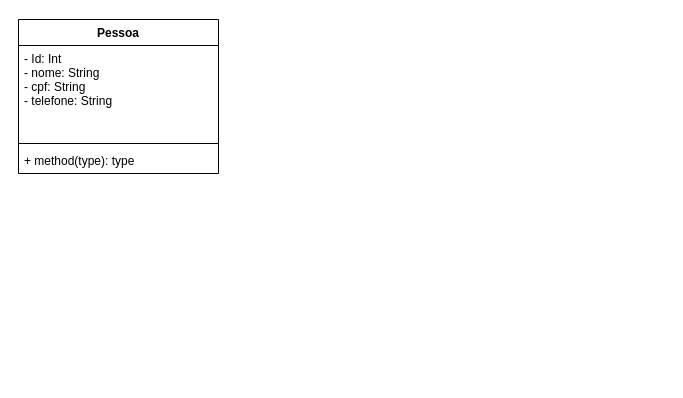
This is programacao-visual/Diagrama sem nome.drawio from Leeflorencio/back-end_uni9, a draw.io file, before an edit. Source tidied: cells renumbered, new cells numbered last; positions are measured from the earlier drawing's top-left corner, leaving out a move shared by most shapes. Both pictures are drawn from the tidied source at 100%, with x=0, y=0 at pixel (18, 19).
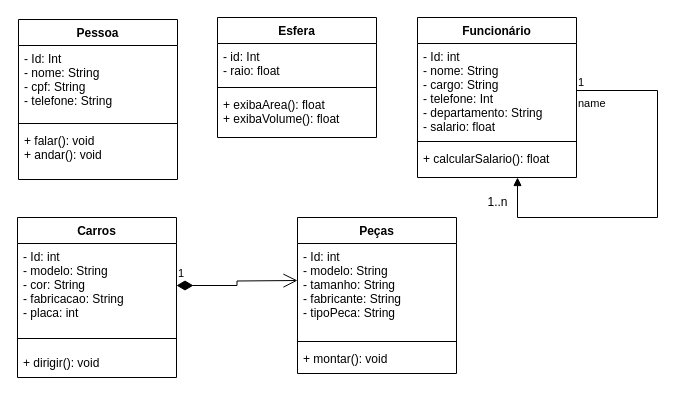
The same diagram, later.

What changed in the source:
```diff
@@
     <mxCell id="2" value="Pessoa" style="swimlane;fontStyle=1;align=center;verticalAlign=top;horizontal=1;startSize=26;" parent="1" vertex="1">
-      <mxGeometry width="200" height="154" as="geometry" />
+      <mxGeometry width="159" height="160" as="geometry" />
     </mxCell>
     <mxCell id="3" value="- Id: Int&#10;- nome: String&#10;- cpf: String&#10;- telefone: String" style="text;align=left;verticalAlign=top;spacingLeft=4;spacingRight=4;overflow=hidden;" parent="2" vertex="1">
-      <mxGeometry y="26" width="200" height="94" as="geometry" />
+      <mxGeometry y="26" width="159" height="74" as="geometry" />
     </mxCell>
     <mxCell id="4" style="line;strokeWidth=1;fillColor=none;align=left;verticalAlign=middle;spacingTop=-1;spacingLeft=3;spacingRight=3;labelPosition=right;strokeColor=inherit;" parent="2" vertex="1">
-      <mxGeometry y="120" width="200" height="8" as="geometry" />
+      <mxGeometry y="100" width="159" height="8" as="geometry" />
     </mxCell>
-    <mxCell id="5" value="+ method(type): type" style="text;strokeColor=none;fillColor=none;align=left;verticalAlign=top;spacingLeft=4;spacingRight=4;overflow=hidden;" parent="2" vertex="1">
-      <mxGeometry y="128" width="200" height="26" as="geometry" />
+    <mxCell id="5" value="+ falar(): void&#10;+ andar(): void &#10;" style="text;strokeColor=none;fillColor=none;align=left;verticalAlign=top;spacingLeft=4;spacingRight=4;overflow=hidden;" parent="2" vertex="1">
+      <mxGeometry y="108" width="159" height="52" as="geometry" />
     </mxCell>
+    <mxCell id="6" value="Esfera" style="swimlane;fontStyle=1;align=center;verticalAlign=top;horizontal=1;startSize=26;" parent="1" vertex="1">
+      <mxGeometry x="199" y="-2" width="159" height="120" as="geometry" />
+    </mxCell>
+    <mxCell id="7" value="- id: Int&#10;- raio: float&#10;" style="text;align=left;verticalAlign=top;spacingLeft=4;spacingRight=4;overflow=hidden;" parent="6" vertex="1">
+      <mxGeometry y="26" width="159" height="40" as="geometry" />
+    </mxCell>
+    <mxCell id="8" style="line;strokeWidth=1;fillColor=none;align=left;verticalAlign=middle;spacingTop=-1;spacingLeft=3;spacingRight=3;labelPosition=right;strokeColor=inherit;" parent="6" vertex="1">
+      <mxGeometry y="66" width="159" height="8" as="geometry" />
+    </mxCell>
+    <mxCell id="9" value="+ exibaArea(): float&#10;+ exibaVolume(): float" style="text;strokeColor=none;fillColor=none;align=left;verticalAlign=top;spacingLeft=4;spacingRight=4;overflow=hidden;" parent="6" vertex="1">
+      <mxGeometry y="74" width="159" height="46" as="geometry" />
+    </mxCell>
+    <mxCell id="10" value="Funcionário" style="swimlane;fontStyle=1;align=center;verticalAlign=top;horizontal=1;startSize=26;" parent="1" vertex="1">
+      <mxGeometry x="399" y="-2" width="159" height="160" as="geometry" />
+    </mxCell>
+    <mxCell id="11" value="- Id: int&#10;- nome: String&#10;- cargo: String&#10;- telefone: Int&#10;- departamento: String&#10;- salario: float" style="text;align=left;verticalAlign=top;spacingLeft=4;spacingRight=4;overflow=hidden;points=[[0,0.5],[1,0.5]];portConstraint=eastwest;" parent="10" vertex="1">
+      <mxGeometry y="26" width="159" height="94" as="geometry" />
+    </mxCell>
+    <mxCell id="12" style="line;strokeWidth=1;fillColor=none;align=left;verticalAlign=middle;spacingTop=-1;spacingLeft=3;spacingRight=3;labelPosition=right;strokeColor=inherit;" parent="10" vertex="1">
+      <mxGeometry y="120" width="159" height="8" as="geometry" />
+    </mxCell>
+    <mxCell id="13" value="+ calcularSalario(): float" style="text;strokeColor=none;fillColor=none;align=left;verticalAlign=top;spacingLeft=4;spacingRight=4;overflow=hidden;points=[[0,0.5],[1,0.5]];portConstraint=eastwest;" parent="10" vertex="1">
+      <mxGeometry y="128" width="159" height="32" as="geometry" />
+    </mxCell>
+    <mxCell id="14" value="name" style="endArrow=block;endFill=1;html=1;edgeStyle=orthogonalEdgeStyle;align=left;verticalAlign=top;rounded=0;exitX=1;exitY=0.5;exitDx=0;exitDy=0;entryX=0.629;entryY=1;entryDx=0;entryDy=0;entryPerimeter=0;" parent="10" edge="1" source="11" target="13">
+      <mxGeometry x="-1" relative="1" as="geometry">
+        <Array as="points">
+          <mxPoint x="240" y="73" />
+          <mxPoint x="240" y="200" />
+          <mxPoint x="100" y="200" />
+        </Array>
+      </mxGeometry>
+    </mxCell>
+    <mxCell id="15" value="1" style="edgeLabel;html=1;align=left;verticalAlign=bottom;" parent="14" vertex="1">
+      <mxGeometry x="-1" relative="1" as="geometry" />
+    </mxCell>
+    <mxCell id="16" value="Carros" style="swimlane;fontStyle=1;align=center;verticalAlign=top;horizontal=1;startSize=26;" parent="1" vertex="1">
+      <mxGeometry x="-1" y="198" width="159" height="160" as="geometry" />
+    </mxCell>
+    <mxCell id="17" value="- Id: int&#10;- modelo: String&#10;- cor: String&#10;- fabricacao: String&#10;- placa: int" style="text;align=left;verticalAlign=top;spacingLeft=4;spacingRight=4;overflow=hidden;points=[[0,0.5],[1,0.5]];portConstraint=eastwest;" parent="16" vertex="1">
+      <mxGeometry y="26" width="159" height="84" as="geometry" />
+    </mxCell>
+    <mxCell id="18" style="line;strokeWidth=1;fillColor=none;align=left;verticalAlign=middle;spacingTop=-1;spacingLeft=3;spacingRight=3;labelPosition=right;strokeColor=inherit;" parent="16" vertex="1">
+      <mxGeometry y="110" width="159" height="22" as="geometry" />
+    </mxCell>
+    <mxCell id="19" value="+ dirigir(): void&#10;" style="text;strokeColor=none;fillColor=none;align=left;verticalAlign=top;spacingLeft=4;spacingRight=4;overflow=hidden;" parent="16" vertex="1">
+      <mxGeometry y="132" width="159" height="28" as="geometry" />
+    </mxCell>
+    <mxCell id="20" value="1..n" style="text;html=1;align=center;verticalAlign=middle;strokeColor=none;fillColor=none;" parent="1" vertex="1">
+      <mxGeometry x="458.5" y="168" width="40" height="30" as="geometry" />
+    </mxCell>
+    <mxCell id="21" value="Peças" style="swimlane;fontStyle=1;align=center;verticalAlign=top;horizontal=1;startSize=26;" parent="1" vertex="1">
+      <mxGeometry x="279" y="198" width="159" height="156" as="geometry" />
+    </mxCell>
+    <mxCell id="22" value="- Id: int&#10;- modelo: String&#10;- tamanho: String&#10;- fabricante: String&#10;- tipoPeca: String" style="text;align=left;verticalAlign=top;spacingLeft=4;spacingRight=4;overflow=hidden;" parent="21" vertex="1">
+      <mxGeometry y="26" width="159" height="94" as="geometry" />
+    </mxCell>
+    <mxCell id="23" style="line;strokeWidth=1;fillColor=none;align=left;verticalAlign=middle;spacingTop=-1;spacingLeft=3;spacingRight=3;labelPosition=right;strokeColor=inherit;" parent="21" vertex="1">
+      <mxGeometry y="120" width="159" height="8" as="geometry" />
+    </mxCell>
+    <mxCell id="24" value="+ montar(): void&#10;" style="text;strokeColor=none;fillColor=none;align=left;verticalAlign=top;spacingLeft=4;spacingRight=4;overflow=hidden;" parent="21" vertex="1">
+      <mxGeometry y="128" width="159" height="28" as="geometry" />
+    </mxCell>
+    <mxCell id="25" value="1" style="endArrow=open;html=1;endSize=12;startArrow=diamondThin;startSize=14;startFill=1;edgeStyle=orthogonalEdgeStyle;align=left;verticalAlign=bottom;rounded=0;" parent="1" edge="1" source="17">
+      <mxGeometry x="-1" y="3" relative="1" as="geometry">
+        <mxPoint x="279" y="261" as="targetPoint" />
+      </mxGeometry>
+    </mxCell>
```
